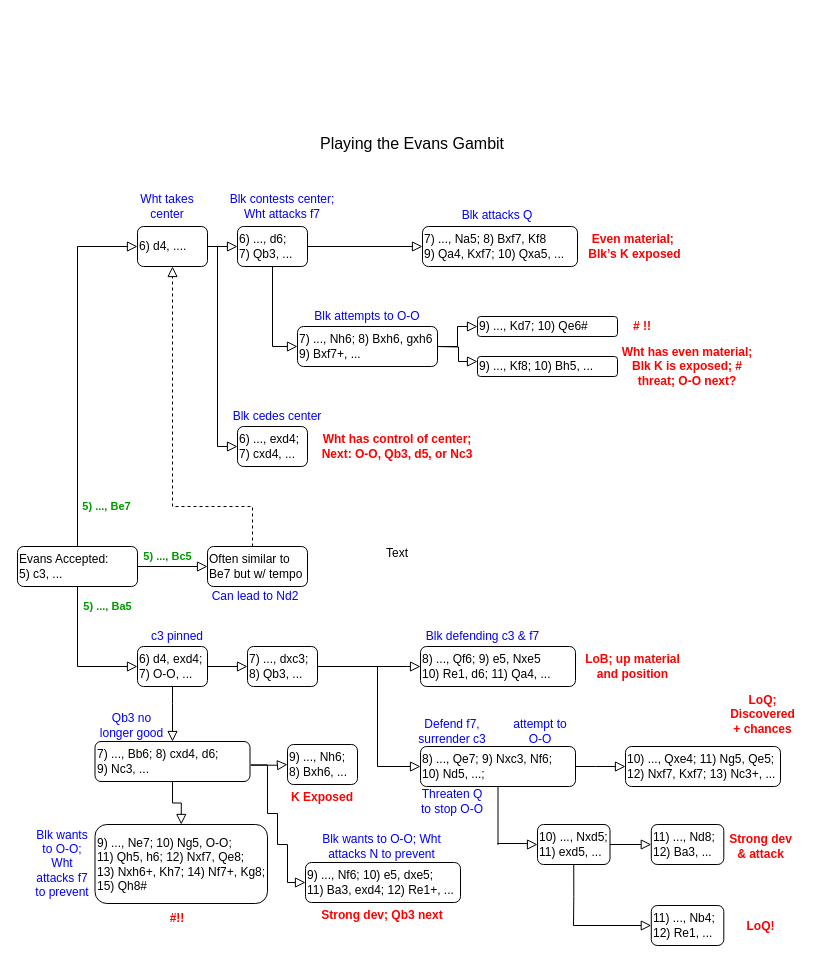
Earlier version of the draw.io diagram Evans - 20200628 v01.drawio (tsnellgrove/draw.io). Source tidied: cells renumbered, new cells numbered last; positions are measured from the earlier drawing's top-left corner, leaving out a move shared by most shapes. Both pictures are drawn from the tidied source at 100%, with x=0, y=0 at pixel (17, 133).
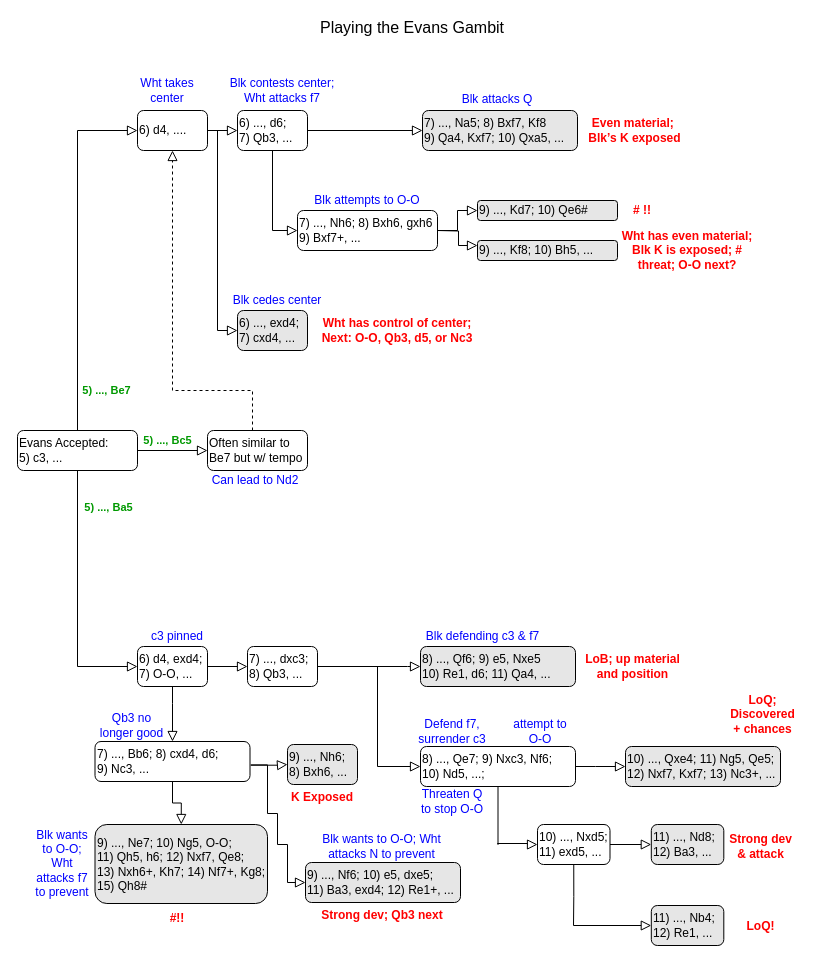
After the change.

The change refers to these unchanged cells:
```xml
<mxCell id="30" value="&lt;div&gt;6) d4, exd4;&lt;/div&gt;&lt;div&gt;7) O-O, ...&lt;br&gt; &lt;/div&gt;" style="rounded=1;whiteSpace=wrap;html=1;fontSize=12;glass=0;strokeWidth=1;shadow=0;align=left;" parent="1" vertex="1">
  <mxGeometry x="120" y="513" width="70" height="40" as="geometry" />
</mxCell>
```

Diff of the diagram source:
```diff
@@
     <mxCell id="3" value="Evans Accepted:&lt;br&gt;5) c3, ..." style="rounded=1;whiteSpace=wrap;html=1;fontSize=12;glass=0;strokeWidth=1;shadow=0;align=left;" parent="1" vertex="1">
-      <mxGeometry y="413" width="120" height="40" as="geometry" />
+      <mxGeometry y="297" width="120" height="40" as="geometry" />
     </mxCell>
     <mxCell id="4" value="6) d4, ....&amp;nbsp;" style="rounded=1;whiteSpace=wrap;html=1;fontSize=12;glass=0;strokeWidth=1;shadow=0;align=left;" parent="1" vertex="1">
-      <mxGeometry x="120" y="93" width="70" height="40" as="geometry" />
+      <mxGeometry x="120" y="-23" width="70" height="40" as="geometry" />
     </mxCell>
@@
     <mxCell id="6" value="6) ..., d6; &lt;br&gt;7) Qb3, ...&amp;nbsp;" style="rounded=1;whiteSpace=wrap;html=1;fontSize=12;glass=0;strokeWidth=1;shadow=0;align=left;" parent="1" vertex="1">
-      <mxGeometry x="220" y="93" width="70" height="40" as="geometry" />
+      <mxGeometry x="220" y="-23" width="70" height="40" as="geometry" />
     </mxCell>
-    <mxCell id="7" value="7) ..., Na5; 8) Bxf7, Kf8&lt;br&gt;9) Qa4, Kxf7; 10) Qxa5, ..." style="rounded=1;whiteSpace=wrap;html=1;fontSize=12;glass=0;strokeWidth=1;shadow=0;align=left;" parent="1" vertex="1">
-      <mxGeometry x="405" y="93" width="155" height="40" as="geometry" />
+    <mxCell id="7" value="7) ..., Na5; 8) Bxf7, Kf8&lt;br&gt;9) Qa4, Kxf7; 10) Qxa5, ..." style="rounded=1;whiteSpace=wrap;html=1;fontSize=12;glass=0;strokeWidth=1;shadow=0;align=left;fillColor=#E6E6E6;" parent="1" vertex="1">
+      <mxGeometry x="405" y="-23" width="155" height="40" as="geometry" />
     </mxCell>
@@
     <mxCell id="9" value="Wht takes center" style="text;html=1;strokeColor=none;fillColor=none;align=center;verticalAlign=middle;whiteSpace=wrap;rounded=0;fontColor=#0000FF;" parent="1" vertex="1">
-      <mxGeometry x="120" y="63" width="60" height="20" as="geometry" />
+      <mxGeometry x="120" y="-53" width="60" height="20" as="geometry" />
     </mxCell>
     <mxCell id="10" value="Blk attacks Q" style="text;html=1;strokeColor=none;fillColor=none;align=center;verticalAlign=middle;whiteSpace=wrap;rounded=0;fontColor=#0000FF;" parent="1" vertex="1">
-      <mxGeometry x="400" y="72" width="160" height="20" as="geometry" />
+      <mxGeometry x="400" y="-44" width="160" height="20" as="geometry" />
     </mxCell>
     <mxCell id="11" value="Blk cedes center" style="text;html=1;strokeColor=none;fillColor=none;align=center;verticalAlign=middle;whiteSpace=wrap;rounded=0;fontColor=#0000FF;" parent="1" vertex="1">
-      <mxGeometry x="210" y="273" width="100" height="20" as="geometry" />
+      <mxGeometry x="210" y="157" width="100" height="20" as="geometry" />
     </mxCell>
     <mxCell id="12" value="&lt;b&gt;Even material;&amp;nbsp;&lt;br&gt;Blk’s K exposed&lt;br&gt;&lt;/b&gt;" style="text;html=1;strokeColor=none;fillColor=none;align=center;verticalAlign=middle;whiteSpace=wrap;rounded=0;fontColor=#FF0000;" parent="1" vertex="1">
-      <mxGeometry x="560" y="103" width="115" height="20" as="geometry" />
+      <mxGeometry x="560" y="-13" width="115" height="20" as="geometry" />
     </mxCell>
     <mxCell id="13" value="7) ..., Nh6; 8) Bxh6, gxh6&lt;br&gt;9) Bxf7+, ...&amp;nbsp;" style="rounded=1;whiteSpace=wrap;html=1;fontSize=12;glass=0;strokeWidth=1;shadow=0;align=left;" parent="1" vertex="1">
-      <mxGeometry x="280" y="193" width="140" height="40" as="geometry" />
+      <mxGeometry x="280" y="77" width="140" height="40" as="geometry" />
     </mxCell>
@@
-    <mxCell id="15" value="9) ..., Kd7; 10) Qe6#" style="rounded=1;whiteSpace=wrap;html=1;fontSize=12;glass=0;strokeWidth=1;shadow=0;align=left;" parent="1" vertex="1">
-      <mxGeometry x="460" y="183" width="140" height="20" as="geometry" />
+    <mxCell id="15" value="9) ..., Kd7; 10) Qe6#" style="rounded=1;whiteSpace=wrap;html=1;fontSize=12;glass=0;strokeWidth=1;shadow=0;align=left;fillColor=#E6E6E6;" parent="1" vertex="1">
+      <mxGeometry x="460" y="67" width="140" height="20" as="geometry" />
     </mxCell>
-    <mxCell id="16" value="9) ..., Kf8; 10) Bh5, ..." style="rounded=1;whiteSpace=wrap;html=1;fontSize=12;glass=0;strokeWidth=1;shadow=0;align=left;" parent="1" vertex="1">
-      <mxGeometry x="460" y="223" width="140" height="20" as="geometry" />
+    <mxCell id="16" value="9) ..., Kf8; 10) Bh5, ..." style="rounded=1;whiteSpace=wrap;html=1;fontSize=12;glass=0;strokeWidth=1;shadow=0;align=left;fillColor=#E6E6E6;" parent="1" vertex="1">
+      <mxGeometry x="460" y="107" width="140" height="20" as="geometry" />
     </mxCell>
@@
     <mxCell id="18" style="rounded=0;html=1;jettySize=auto;fontSize=11;endArrow=block;endFill=0;endSize=8;strokeWidth=1;shadow=0;labelBackgroundColor=none;edgeStyle=orthogonalEdgeStyle;entryX=0;entryY=0.25;entryDx=0;entryDy=0;" parent="1" edge="1" target="16">
       <mxGeometry relative="1" as="geometry">
-        <mxPoint x="420" y="213" as="sourcePoint" />
+        <mxPoint x="420" y="97" as="sourcePoint" />
       </mxGeometry>
     </mxCell>
     <mxCell id="19" value="Blk attempts to O-O" style="text;html=1;strokeColor=none;fillColor=none;align=center;verticalAlign=middle;whiteSpace=wrap;rounded=0;fontColor=#0000FF;" parent="1" vertex="1">
-      <mxGeometry x="280" y="173" width="140" height="20" as="geometry" />
+      <mxGeometry x="280" y="57" width="140" height="20" as="geometry" />
     </mxCell>
     <mxCell id="20" value="&lt;b&gt;# !!&lt;br&gt;&lt;/b&gt;" style="text;html=1;strokeColor=none;fillColor=none;align=center;verticalAlign=middle;whiteSpace=wrap;rounded=0;fontColor=#FF0000;" parent="1" vertex="1">
-      <mxGeometry x="600" y="183" width="50" height="20" as="geometry" />
+      <mxGeometry x="600" y="67" width="50" height="20" as="geometry" />
     </mxCell>
     <mxCell id="21" value="&lt;b&gt;Wht has even material; Blk K is exposed; # threat; O-O next?&lt;br&gt;&lt;/b&gt;" style="text;html=1;strokeColor=none;fillColor=none;align=center;verticalAlign=middle;whiteSpace=wrap;rounded=0;fontColor=#FF0000;" parent="1" vertex="1">
-      <mxGeometry x="600" y="223" width="140" height="20" as="geometry" />
+      <mxGeometry x="600" y="107" width="140" height="20" as="geometry" />
     </mxCell>
-    <mxCell id="22" value="6) ..., exd4; &lt;br&gt;7) cxd4, ...&amp;nbsp;" style="rounded=1;whiteSpace=wrap;html=1;fontSize=12;glass=0;strokeWidth=1;shadow=0;align=left;" parent="1" vertex="1">
-      <mxGeometry x="220" y="293" width="70" height="40" as="geometry" />
+    <mxCell id="22" value="6) ..., exd4; &lt;br&gt;7) cxd4, ...&amp;nbsp;" style="rounded=1;whiteSpace=wrap;html=1;fontSize=12;glass=0;strokeWidth=1;shadow=0;align=left;fillColor=#E6E6E6;" parent="1" vertex="1">
+      <mxGeometry x="220" y="177" width="70" height="40" as="geometry" />
     </mxCell>
     <mxCell id="23" style="rounded=0;html=1;jettySize=auto;fontSize=11;endArrow=block;endFill=0;endSize=8;strokeWidth=1;shadow=0;labelBackgroundColor=none;edgeStyle=orthogonalEdgeStyle;entryX=0;entryY=0.5;entryDx=0;entryDy=0;" parent="1" edge="1" target="22">
       <mxGeometry relative="1" as="geometry">
-        <mxPoint x="190" y="113" as="sourcePoint" />
+        <mxPoint x="190" y="-3" as="sourcePoint" />
         <Array as="points">
-          <mxPoint x="200" y="113" />
-          <mxPoint x="200" y="313" />
+          <mxPoint x="200" y="-3" />
+          <mxPoint x="200" y="197" />
         </Array>
       </mxGeometry>
     </mxCell>
     <mxCell id="24" value="Blk contests center; Wht attacks f7" style="text;html=1;strokeColor=none;fillColor=none;align=center;verticalAlign=middle;whiteSpace=wrap;rounded=0;fontColor=#0000FF;" parent="1" vertex="1">
-      <mxGeometry x="210" y="63" width="110" height="20" as="geometry" />
+      <mxGeometry x="210" y="-53" width="110" height="20" as="geometry" />
     </mxCell>
     <mxCell id="25" value="&lt;b&gt;Wht has control of center; Next: O-O, Qb3, d5, or Nc3&lt;br&gt;&lt;/b&gt;" style="text;html=1;strokeColor=none;fillColor=none;align=center;verticalAlign=middle;whiteSpace=wrap;rounded=0;fontColor=#FF0000;" parent="1" vertex="1">
-      <mxGeometry x="300" y="303" width="160" height="20" as="geometry" />
+      <mxGeometry x="300" y="187" width="160" height="20" as="geometry" />
     </mxCell>
     <mxCell id="26" value="Often similar to Be7 but w/ tempo" style="rounded=1;whiteSpace=wrap;html=1;fontSize=12;glass=0;strokeWidth=1;shadow=0;align=left;" parent="1" vertex="1">
-      <mxGeometry x="190" y="413" width="100" height="40" as="geometry" />
+      <mxGeometry x="190" y="297" width="100" height="40" as="geometry" />
     </mxCell>
@@
     <mxCell id="28" style="rounded=0;html=1;jettySize=auto;fontSize=11;endArrow=block;endFill=0;endSize=8;strokeWidth=1;shadow=0;labelBackgroundColor=none;edgeStyle=orthogonalEdgeStyle;entryX=0.5;entryY=1;entryDx=0;entryDy=0;dashed=1;" parent="1" edge="1" source="26" target="4">
       <mxGeometry relative="1" as="geometry">
         <Array as="points">
-          <mxPoint x="235" y="373" />
-          <mxPoint x="155" y="373" />
+          <mxPoint x="235" y="257" />
+          <mxPoint x="155" y="257" />
         </Array>
       </mxGeometry>
     </mxCell>
     <mxCell id="29" value="Can lead to Nd2" style="text;html=1;strokeColor=none;fillColor=none;align=center;verticalAlign=middle;whiteSpace=wrap;rounded=0;fontColor=#0000FF;" parent="1" vertex="1">
-      <mxGeometry x="188" y="453" width="100" height="20" as="geometry" />
+      <mxGeometry x="188" y="337" width="100" height="20" as="geometry" />
     </mxCell>
@@
     <mxCell id="31" value="5) ..., Ba5" style="rounded=0;html=1;jettySize=auto;fontSize=11;endArrow=block;endFill=0;endSize=8;strokeWidth=1;shadow=0;labelBackgroundColor=none;edgeStyle=orthogonalEdgeStyle;entryX=0;entryY=0.5;entryDx=0;entryDy=0;fontStyle=1;fontColor=#009900;exitX=0.5;exitY=1;exitDx=0;exitDy=0;" parent="1" edge="1" source="3" target="30">
-      <mxGeometry x="0.57" y="60" relative="1" as="geometry" />
+      <mxGeometry x="0.77" y="159" relative="1" as="geometry" />
     </mxCell>
@@
-    <mxCell id="35" value="8) ..., Qf6; 9) e5, Nxe5&lt;br&gt;10) Re1, d6; 11) Qa4, ..." style="rounded=1;whiteSpace=wrap;html=1;fontSize=12;glass=0;strokeWidth=1;shadow=0;align=left;" parent="1" vertex="1">
+    <mxCell id="35" value="8) ..., Qf6; 9) e5, Nxe5&lt;br&gt;10) Re1, d6; 11) Qa4, ..." style="rounded=1;whiteSpace=wrap;html=1;fontSize=12;glass=0;strokeWidth=1;shadow=0;align=left;fillColor=#E6E6E6;" parent="1" vertex="1">
       <mxGeometry x="403" y="513" width="155" height="40" as="geometry" />
     </mxCell>
@@
-    <mxCell id="44" value="10) ..., Qxe4; 11) Ng5, Qe5;&lt;br&gt;12) Nxf7, Kxf7; 13) Nc3+, ..." style="rounded=1;whiteSpace=wrap;html=1;fontSize=12;glass=0;strokeWidth=1;shadow=0;align=left;" parent="1" vertex="1">
+    <mxCell id="44" value="10) ..., Qxe4; 11) Ng5, Qe5;&lt;br&gt;12) Nxf7, Kxf7; 13) Nc3+, ..." style="rounded=1;whiteSpace=wrap;html=1;fontSize=12;glass=0;strokeWidth=1;shadow=0;align=left;fillColor=#E6E6E6;" parent="1" vertex="1">
       <mxGeometry x="608" y="613" width="155" height="40" as="geometry" />
     </mxCell>
@@
-    <mxCell id="48" value="&lt;div&gt;11) ..., Nd8;&lt;/div&gt;&lt;div&gt;12) Ba3, ...&lt;br&gt; &lt;/div&gt;" style="rounded=1;whiteSpace=wrap;html=1;fontSize=12;glass=0;strokeWidth=1;shadow=0;align=left;" parent="1" vertex="1">
+    <mxCell id="48" value="&lt;div&gt;11) ..., Nd8;&lt;/div&gt;&lt;div&gt;12) Ba3, ...&lt;br&gt; &lt;/div&gt;" style="rounded=1;whiteSpace=wrap;html=1;fontSize=12;glass=0;strokeWidth=1;shadow=0;align=left;fillColor=#E6E6E6;" parent="1" vertex="1">
       <mxGeometry x="633.8" y="691" width="72.5" height="40" as="geometry" />
     </mxCell>
-    <mxCell id="49" value="&lt;div&gt;11) ..., Nb4;&lt;/div&gt;&lt;div&gt;12) Re1, ...&lt;br&gt; &lt;/div&gt;" style="rounded=1;whiteSpace=wrap;html=1;fontSize=12;glass=0;strokeWidth=1;shadow=0;align=left;" parent="1" vertex="1">
+    <mxCell id="49" value="&lt;div&gt;11) ..., Nb4;&lt;/div&gt;&lt;div&gt;12) Re1, ...&lt;br&gt; &lt;/div&gt;" style="rounded=1;whiteSpace=wrap;html=1;fontSize=12;glass=0;strokeWidth=1;shadow=0;align=left;fillColor=#E6E6E6;" parent="1" vertex="1">
       <mxGeometry x="633.8" y="772" width="72.5" height="40" as="geometry" />
     </mxCell>
@@
-    <mxCell id="54" value="Text" style="text;html=1;strokeColor=none;fillColor=none;align=center;verticalAlign=middle;whiteSpace=wrap;rounded=0;" parent="1" vertex="1">
-      <mxGeometry x="360" y="410" width="40" height="20" as="geometry" />
-    </mxCell>
     <mxCell id="55" value="Playing the Evans Gambit" style="text;html=1;strokeColor=none;fillColor=none;align=center;verticalAlign=middle;whiteSpace=wrap;rounded=0;fontSize=16;" parent="1" vertex="1">
-      <mxGeometry x="300" width="190" height="20" as="geometry" />
+      <mxGeometry x="300" y="-116" width="190" height="20" as="geometry" />
     </mxCell>
@@
-    <mxCell id="59" value="&lt;div&gt;9) ..., Nh6;&lt;/div&gt;&lt;div&gt;8) Bxh6, ...&lt;br&gt; &lt;/div&gt;" style="rounded=1;whiteSpace=wrap;html=1;fontSize=12;glass=0;strokeWidth=1;shadow=0;align=left;" parent="1" vertex="1">
+    <mxCell id="59" value="&lt;div&gt;9) ..., Nh6;&lt;/div&gt;&lt;div&gt;8) Bxh6, ...&lt;br&gt; &lt;/div&gt;" style="rounded=1;whiteSpace=wrap;html=1;fontSize=12;glass=0;strokeWidth=1;shadow=0;align=left;fillColor=#E6E6E6;" parent="1" vertex="1">
       <mxGeometry x="270" y="611" width="70" height="40" as="geometry" />
     </mxCell>
@@
-    <mxCell id="62" value="9) ..., Ne7; 10) Ng5, O-O;&lt;br&gt;&lt;div&gt;11) Qh5, h6; 12) Nxf7, Qe8;&lt;/div&gt;&lt;div&gt;13) Nxh6+, Kh7; 14) Nf7+, Kg8; 15) Qh8#&lt;br&gt;&lt;/div&gt;" style="rounded=1;whiteSpace=wrap;html=1;fontSize=12;glass=0;strokeWidth=1;shadow=0;align=left;" parent="1" vertex="1">
+    <mxCell id="62" value="9) ..., Ne7; 10) Ng5, O-O;&lt;br&gt;&lt;div&gt;11) Qh5, h6; 12) Nxf7, Qe8;&lt;/div&gt;&lt;div&gt;13) Nxh6+, Kh7; 14) Nf7+, Kg8; 15) Qh8#&lt;br&gt;&lt;/div&gt;" style="rounded=1;whiteSpace=wrap;html=1;fontSize=12;glass=0;strokeWidth=1;shadow=0;align=left;fillColor=#E6E6E6;" parent="1" vertex="1">
       <mxGeometry x="77.5" y="691" width="172.5" height="79" as="geometry" />
     </mxCell>
@@
-    <mxCell id="66" value="9) ..., Nf6; 10) e5, dxe5;&lt;br&gt;11) Ba3, exd4; 12) Re1+, ..." style="rounded=1;whiteSpace=wrap;html=1;fontSize=12;glass=0;strokeWidth=1;shadow=0;align=left;" parent="1" vertex="1">
+    <mxCell id="66" value="9) ..., Nf6; 10) e5, dxe5;&lt;br&gt;11) Ba3, exd4; 12) Re1+, ..." style="rounded=1;whiteSpace=wrap;html=1;fontSize=12;glass=0;strokeWidth=1;shadow=0;align=left;fillColor=#E6E6E6;" parent="1" vertex="1">
       <mxGeometry x="288" y="729" width="155" height="40" as="geometry" />
     </mxCell>
```
